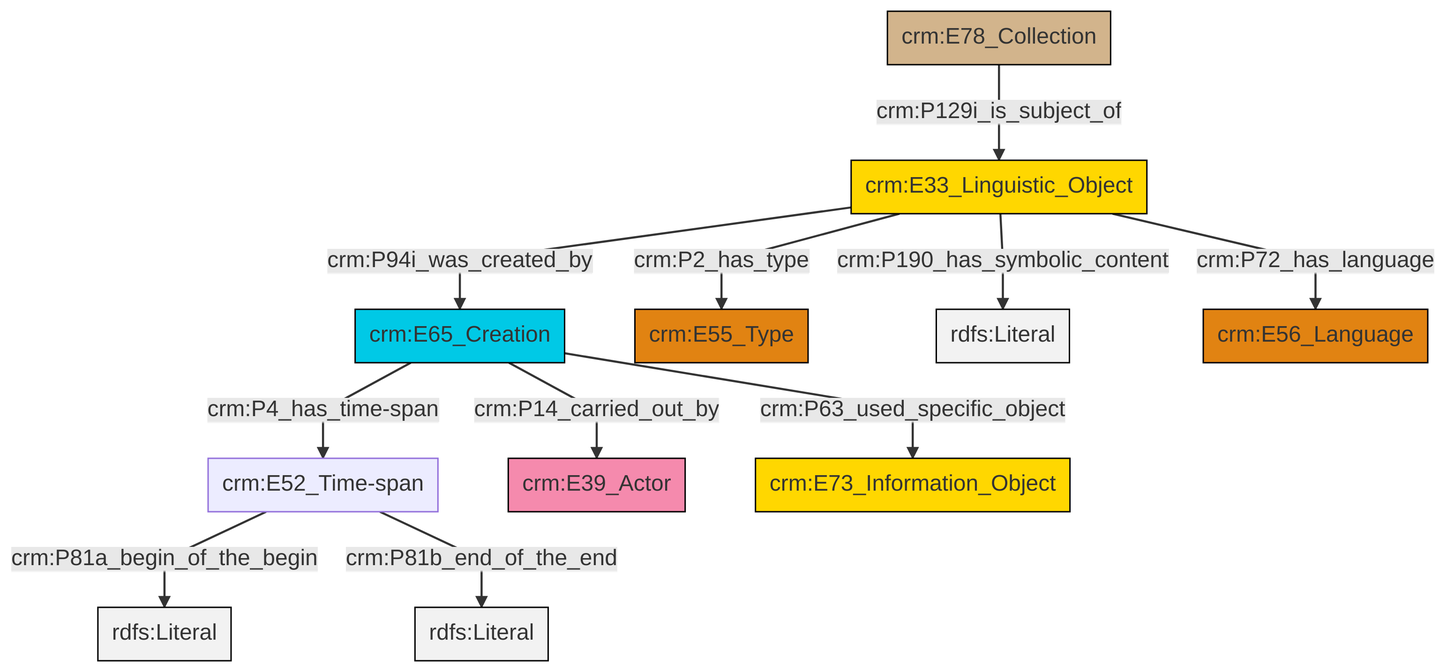
Above: et/archivalCSV/ttl/mmd/png/archival_desc.png in swiss-art-research-net/docs.swissartresearch (Mermaid), before the change. Its source is kept beside it as et/archivalCSV/ttl/mmd/archival_desc.ttl.mmd.
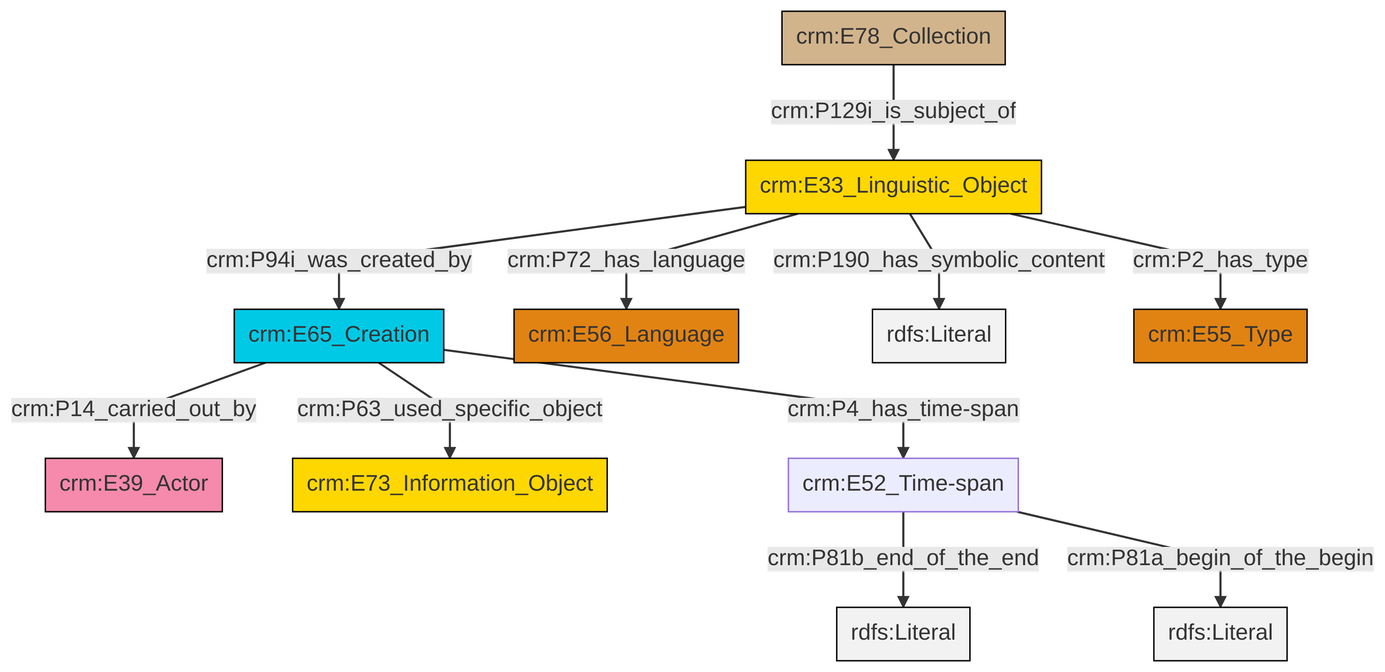
After the change.

Change to the diagram source:
```diff
@@ -13,13 +13,13 @@
 classDef PC_Classes fill:#4ce600, stroke:#000000;
 classDef Multi fill:#cccccc,stroke:#000000;
 
-0["crm:E33_Linguistic_Object"]:::Conceptual_Object -->|crm:P94i_was_created_by| 1["crm:E65_Creation"]:::Temporal_Entity
-5["crm:E52_Time-span"]:::Default -->|crm:P81a_begin_of_the_begin| 6[rdfs:Literal]:::Literal
-0["crm:E33_Linguistic_Object"]:::Conceptual_Object -->|crm:P190_has_symbolic_content| 9[rdfs:Literal]:::Literal
-0["crm:E33_Linguistic_Object"]:::Conceptual_Object -->|crm:P2_has_type| 7["crm:E55_Type"]:::Type
-0["crm:E33_Linguistic_Object"]:::Conceptual_Object -->|crm:P72_has_language| 10["crm:E56_Language"]:::Type
-1["crm:E65_Creation"]:::Temporal_Entity -->|crm:P63_used_specific_object| 13["crm:E73_Information_Object"]:::Conceptual_Object
-1["crm:E65_Creation"]:::Temporal_Entity -->|crm:P14_carried_out_by| 11["crm:E39_Actor"]:::Actor
-5["crm:E52_Time-span"]:::Default -->|crm:P81b_end_of_the_end| 16[rdfs:Literal]:::Literal
-1["crm:E65_Creation"]:::Temporal_Entity -->|crm:P4_has_time-span| 5["crm:E52_Time-span"]:::Default
-3["crm:E78_Collection"]:::Physical_Thing -->|crm:P129i_is_subject_of| 0["crm:E33_Linguistic_Object"]:::Conceptual_Object
+0["crm:E65_Creation"]:::Temporal_Entity -->|crm:P14_carried_out_by| 1["crm:E39_Actor"]:::Actor
+0["crm:E65_Creation"]:::Temporal_Entity -->|crm:P63_used_specific_object| 2["crm:E73_Information_Object"]:::Conceptual_Object
+0["crm:E65_Creation"]:::Temporal_Entity -->|crm:P4_has_time-span| 5["crm:E52_Time-span"]:::Default
+5["crm:E52_Time-span"]:::Default -->|crm:P81b_end_of_the_end| 8[rdfs:Literal]:::Literal
+5["crm:E52_Time-span"]:::Default -->|crm:P81a_begin_of_the_begin| 13[rdfs:Literal]:::Literal
+11["crm:E33_Linguistic_Object"]:::Conceptual_Object -->|crm:P94i_was_created_by| 0["crm:E65_Creation"]:::Temporal_Entity
+14["crm:E78_Collection"]:::Physical_Thing -->|crm:P129i_is_subject_of| 11["crm:E33_Linguistic_Object"]:::Conceptual_Object
+11["crm:E33_Linguistic_Object"]:::Conceptual_Object -->|crm:P190_has_symbolic_content| 15[rdfs:Literal]:::Literal
+11["crm:E33_Linguistic_Object"]:::Conceptual_Object -->|crm:P72_has_language| 6["crm:E56_Language"]:::Type
+11["crm:E33_Linguistic_Object"]:::Conceptual_Object -->|crm:P2_has_type| 17["crm:E55_Type"]:::Type
```
